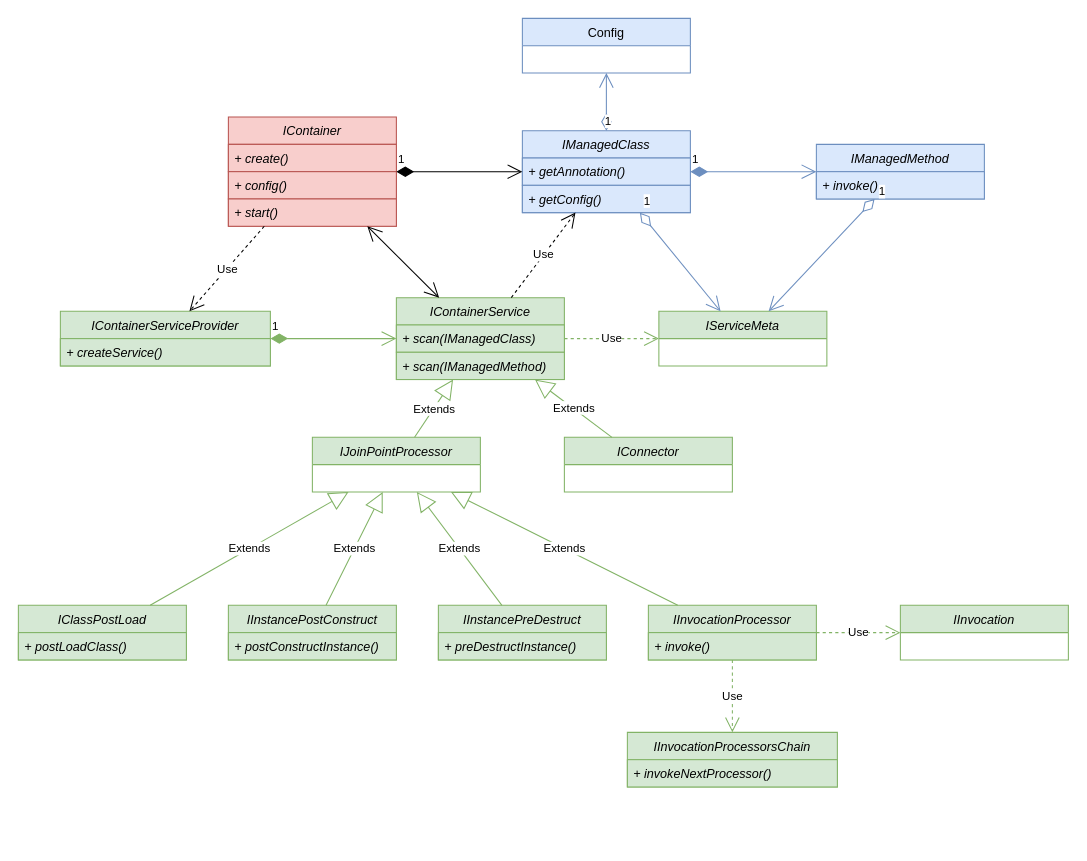
The draw.io diagram page "Container Service Classes" (2 of 13) of docs/container.drawio in js-lib-com/tiny-container, before the edit. Source tidied: cells renumbered, new cells numbered last; positions are measured from the earlier drawing's top-left corner, leaving out a move shared by most shapes. Both pictures are drawn from the tidied source at 105%, with x=0, y=0 at pixel (18, 18).
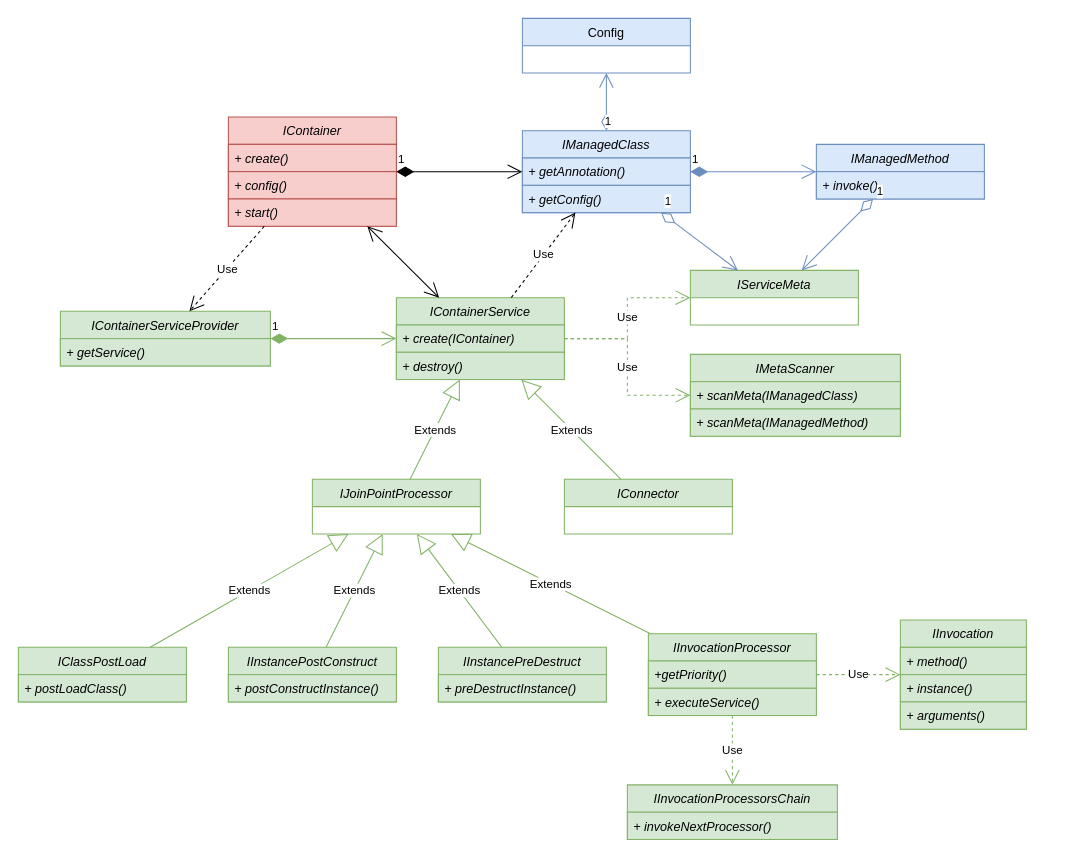
The same diagram, later.

The change refers to these unchanged cells:
```xml
<mxCell id="2" value="IContainerService" style="swimlane;fontStyle=2;horizontal=1;startSize=26;fillColor=#d5e8d4;strokeColor=#82b366;" parent="1" vertex="1">
  <mxGeometry x="360" y="266" width="160" height="78" as="geometry" />
</mxCell>
<mxCell id="5" value="IContainerServiceProvider" style="swimlane;fontStyle=2;horizontal=1;startSize=26;fillColor=#d5e8d4;strokeColor=#82b366;" parent="1" vertex="1">
  <mxGeometry x="40" y="279" width="200" height="52" as="geometry" />
</mxCell>
```

Diff of the diagram source:
```diff
@@
-    <mxCell id="3" value="+ scan(IManagedClass)" style="text;strokeColor=#82b366;fillColor=#d5e8d4;align=left;verticalAlign=top;spacingLeft=4;spacingRight=4;overflow=hidden;fontStyle=2;" parent="2" vertex="1">
-      <mxGeometry y="26" width="160" height="26" as="geometry" />
-    </mxCell>
-    <mxCell id="4" value="+ scan(IManagedMethod)" style="text;strokeColor=#82b366;fillColor=#d5e8d4;align=left;verticalAlign=top;spacingLeft=4;spacingRight=4;overflow=hidden;fontStyle=2;" parent="2" vertex="1">
-      <mxGeometry y="52" width="160" height="26" as="geometry" />
-    </mxCell>
+    <mxCell id="49" value="+ create(IContainer)" style="text;strokeColor=#82b366;fillColor=#d5e8d4;align=left;verticalAlign=top;spacingLeft=4;spacingRight=4;overflow=hidden;fontStyle=2;" parent="2" vertex="1">
+      <mxGeometry y="26" width="160" height="26" as="geometry" />
+    </mxCell>
+    <mxCell id="50" value="+ destroy()" style="text;strokeColor=#82b366;fillColor=#d5e8d4;align=left;verticalAlign=top;spacingLeft=4;spacingRight=4;overflow=hidden;fontStyle=2;" parent="2" vertex="1">
+      <mxGeometry y="52" width="160" height="26" as="geometry" />
+    </mxCell>
@@
-    <mxCell id="6" value="+ createService()" style="text;strokeColor=#82b366;fillColor=#d5e8d4;align=left;verticalAlign=top;spacingLeft=4;spacingRight=4;overflow=hidden;fontStyle=2;" parent="5" vertex="1">
+    <mxCell id="6" value="+ getService()" style="text;strokeColor=#82b366;fillColor=#d5e8d4;align=left;verticalAlign=top;spacingLeft=4;spacingRight=4;overflow=hidden;fontStyle=2;" parent="5" vertex="1">
       <mxGeometry y="26" width="200" height="26" as="geometry" />
     </mxCell>
@@
     <mxCell id="8" value="IJoinPointProcessor" style="swimlane;fontStyle=2;horizontal=1;startSize=26;fillColor=#d5e8d4;rounded=0;labelBackgroundColor=none;fontSize=12;align=center;verticalAlign=middle;strokeColor=#82b366;" parent="1" vertex="1">
-      <mxGeometry x="280" y="399" width="160" height="52" as="geometry" />
+      <mxGeometry x="280" y="439" width="160" height="52" as="geometry" />
     </mxCell>
@@
     <mxCell id="10" value="IInvocationProcessor" style="swimlane;fontStyle=2;horizontal=1;startSize=26;fillColor=#d5e8d4;strokeColor=#82b366;" parent="1" vertex="1">
-      <mxGeometry x="600" y="559" width="160" height="52" as="geometry" />
+      <mxGeometry x="600" y="586" width="160" height="78" as="geometry" />
     </mxCell>
+    <mxCell id="51" value="+getPriority()" style="text;strokeColor=#82b366;fillColor=#d5e8d4;align=left;verticalAlign=top;spacingLeft=4;spacingRight=4;overflow=hidden;fontStyle=2;" parent="10" vertex="1">
+      <mxGeometry y="26" width="160" height="26" as="geometry" />
+    </mxCell>
-    <mxCell id="11" value="+ invoke()" style="text;strokeColor=#82b366;fillColor=#d5e8d4;align=left;verticalAlign=top;spacingLeft=4;spacingRight=4;overflow=hidden;fontStyle=2;" parent="10" vertex="1">
-      <mxGeometry y="26" width="160" height="26" as="geometry" />
+    <mxCell id="11" value="+ executeService()" style="text;strokeColor=#82b366;fillColor=#d5e8d4;align=left;verticalAlign=top;spacingLeft=4;spacingRight=4;overflow=hidden;fontStyle=2;" parent="10" vertex="1">
+      <mxGeometry y="52" width="160" height="26" as="geometry" />
     </mxCell>
     <mxCell id="12" value="IClassPostLoad" style="swimlane;fontStyle=2;horizontal=1;startSize=26;fillColor=#d5e8d4;strokeColor=#82b366;" parent="1" vertex="1">
-      <mxGeometry y="559" width="160" height="52" as="geometry" />
+      <mxGeometry y="599" width="160" height="52" as="geometry" />
     </mxCell>
@@
     <mxCell id="14" value="IInstancePostConstruct" style="swimlane;fontStyle=2;horizontal=1;startSize=26;fillColor=#d5e8d4;strokeColor=#82b366;" parent="1" vertex="1">
-      <mxGeometry x="200" y="559" width="160" height="52" as="geometry" />
+      <mxGeometry x="200" y="599" width="160" height="52" as="geometry" />
     </mxCell>
@@
     <mxCell id="16" value="IInstancePreDestruct" style="swimlane;fontStyle=2;horizontal=1;startSize=26;fillColor=#d5e8d4;strokeColor=#82b366;" parent="1" vertex="1">
-      <mxGeometry x="400" y="559" width="160" height="52" as="geometry" />
+      <mxGeometry x="400" y="599" width="160" height="52" as="geometry" />
     </mxCell>
@@
     <mxCell id="22" value="IConnector" style="swimlane;fontStyle=2;horizontal=1;startSize=26;fillColor=#d5e8d4;strokeColor=#82b366;" parent="1" vertex="1">
-      <mxGeometry x="520" y="399" width="160" height="52" as="geometry" />
+      <mxGeometry x="520" y="439" width="160" height="52" as="geometry" />
     </mxCell>
@@
     <mxCell id="24" value="IInvocationProcessorsChain" style="swimlane;fontStyle=2;horizontal=1;startSize=26;fillColor=#d5e8d4;strokeColor=#82b366;" parent="1" vertex="1">
-      <mxGeometry x="580" y="680" width="200" height="52" as="geometry" />
+      <mxGeometry x="580" y="730" width="200" height="52" as="geometry" />
     </mxCell>
@@
     <mxCell id="40" value="IServiceMeta" style="swimlane;fontStyle=2;horizontal=1;startSize=26;fillColor=#d5e8d4;strokeColor=#82b366;" parent="1" vertex="1">
-      <mxGeometry x="610" y="279" width="160" height="52" as="geometry" />
+      <mxGeometry x="640" y="240" width="160" height="52" as="geometry" />
     </mxCell>
@@
     <mxCell id="47" value="IInvocation" style="swimlane;fontStyle=2;horizontal=1;startSize=26;fillColor=#d5e8d4;strokeColor=#82b366;" parent="1" vertex="1">
-      <mxGeometry x="840" y="559" width="160" height="52" as="geometry" />
+      <mxGeometry x="840" y="573" width="120" height="104" as="geometry" />
     </mxCell>
+    <mxCell id="52" value="+ method()" style="text;strokeColor=#82b366;fillColor=#d5e8d4;align=left;verticalAlign=top;spacingLeft=4;spacingRight=4;overflow=hidden;fontStyle=2;" parent="47" vertex="1">
+      <mxGeometry y="26" width="120" height="26" as="geometry" />
+    </mxCell>
+    <mxCell id="53" value="+ instance()" style="text;strokeColor=#82b366;fillColor=#d5e8d4;align=left;verticalAlign=top;spacingLeft=4;spacingRight=4;overflow=hidden;fontStyle=2;" parent="47" vertex="1">
+      <mxGeometry y="52" width="120" height="26" as="geometry" />
+    </mxCell>
+    <mxCell id="54" value="+ arguments()" style="text;strokeColor=#82b366;fillColor=#d5e8d4;align=left;verticalAlign=top;spacingLeft=4;spacingRight=4;overflow=hidden;fontStyle=2;" parent="47" vertex="1">
+      <mxGeometry y="78" width="120" height="26" as="geometry" />
+    </mxCell>
@@
+    <mxCell id="55" value="IMetaScanner" style="swimlane;fontStyle=2;horizontal=1;startSize=26;fillColor=#d5e8d4;strokeColor=#82b366;" parent="1" vertex="1">
+      <mxGeometry x="640" y="320" width="200" height="78" as="geometry" />
+    </mxCell>
+    <mxCell id="56" value="+ scanMeta(IManagedClass)" style="text;strokeColor=#82b366;fillColor=#d5e8d4;align=left;verticalAlign=top;spacingLeft=4;spacingRight=4;overflow=hidden;fontStyle=2;" parent="55" vertex="1">
+      <mxGeometry y="26" width="200" height="26" as="geometry" />
+    </mxCell>
+    <mxCell id="57" value="+ scanMeta(IManagedMethod)" style="text;strokeColor=#82b366;fillColor=#d5e8d4;align=left;verticalAlign=top;spacingLeft=4;spacingRight=4;overflow=hidden;fontStyle=2;" parent="55" vertex="1">
+      <mxGeometry y="52" width="200" height="26" as="geometry" />
+    </mxCell>
+    <mxCell id="58" value="Use" style="endArrow=open;endSize=12;dashed=1;html=1;strokeColor=#82b366;edgeStyle=orthogonalEdgeStyle;rounded=0;fillColor=#d5e8d4;" parent="1" edge="1" source="2" target="55">
+      <mxGeometry relative="1" as="geometry" />
+    </mxCell>
```
